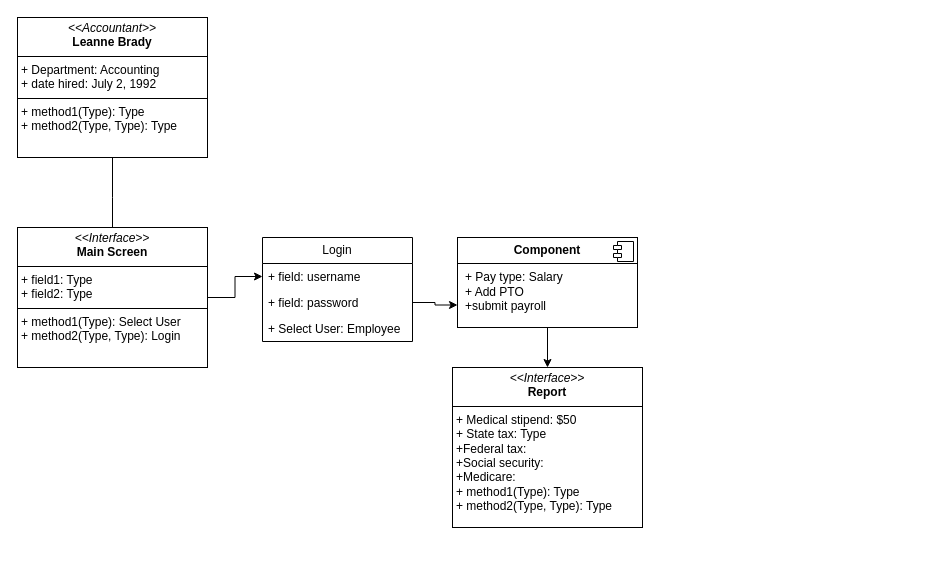
emtecky/payroll keeps this draw.io diagram as leanne.drawio. Above is the earlier version. Source tidied: cells renumbered, new cells numbered last; positions are measured from the earlier drawing's top-left corner, leaving out a move shared by most shapes. Both pictures are drawn from the tidied source at 100%, with x=0, y=0 at pixel (17, 17).
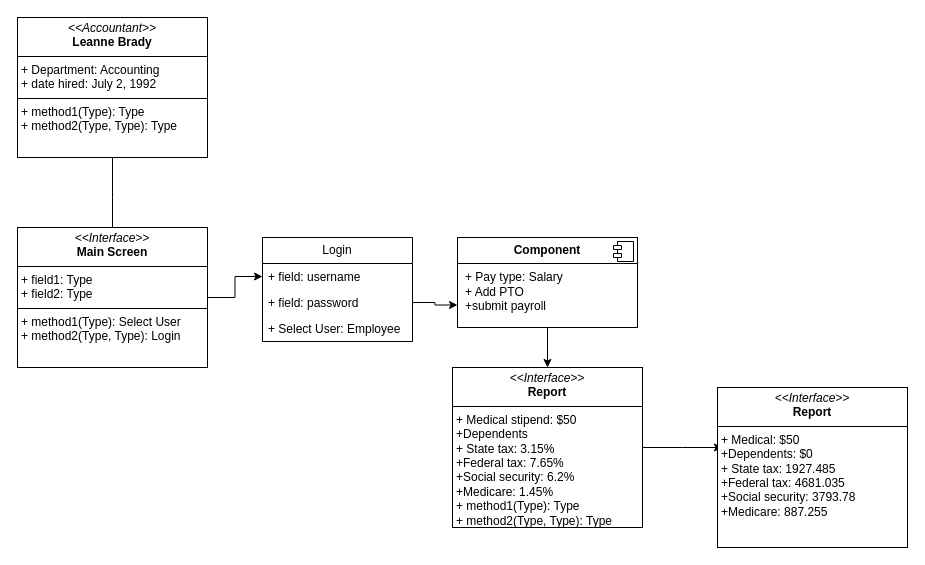
The same page after the edit.

The edit, as a diff of the source:
```diff
@@
 <mxGraphModel>
   <root>
     <mxCell id="0" />
     <mxCell id="1" parent="0" />
     <mxCell id="2" style="edgeStyle=orthogonalEdgeStyle;rounded=0;jettySize=auto;html=1;exitX=0.5;exitY=1;exitDx=0;exitDy=0;entryX=0.5;entryY=0;entryDx=0;entryDy=0;" parent="1" edge="1" source="3">
       <mxGeometry relative="1" as="geometry">
         <mxPoint x="95" y="220" as="targetPoint" />
       </mxGeometry>
     </mxCell>
     <mxCell id="3" value="&lt;p style=&quot;margin:0px;margin-top:4px;text-align:center;&quot;&gt;&lt;i&gt;&amp;lt;&amp;lt;Accountant&amp;gt;&amp;gt;&lt;/i&gt;&lt;br&gt;&lt;b&gt;Leanne Brady&lt;/b&gt;&lt;/p&gt;&lt;hr size=&quot;1&quot; style=&quot;border-style:solid;&quot;&gt;&lt;p style=&quot;margin:0px;margin-left:4px;&quot;&gt;+ Department: Accounting&lt;br&gt;+ date hired: July 2, 1992&lt;/p&gt;&lt;hr size=&quot;1&quot; style=&quot;border-style:solid;&quot;&gt;&lt;p style=&quot;margin:0px;margin-left:4px;&quot;&gt;+ method1(Type): Type&lt;br&gt;+ method2(Type, Type): Type&lt;/p&gt;" style="verticalAlign=top;align=left;overflow=fill;html=1;whiteSpace=wrap;" parent="1" vertex="1">
       <mxGeometry width="190" height="140" as="geometry" />
     </mxCell>
     <mxCell id="4" value="Login" style="swimlane;fontStyle=0;horizontal=1;startSize=26;fillColor=none;whiteSpace=wrap;html=1;" parent="1" vertex="1">
       <mxGeometry x="245" y="220" width="150" height="104" as="geometry" />
     </mxCell>
     <mxCell id="5" value="+ field: username" style="text;strokeColor=none;fillColor=none;align=left;verticalAlign=top;spacingLeft=4;spacingRight=4;overflow=hidden;points=[[0,0.5],[1,0.5]];portConstraint=eastwest;whiteSpace=wrap;html=1;" parent="4" vertex="1">
       <mxGeometry y="26" width="150" height="26" as="geometry" />
     </mxCell>
     <mxCell id="6" value="+ field: password" style="text;strokeColor=none;fillColor=none;align=left;verticalAlign=top;spacingLeft=4;spacingRight=4;overflow=hidden;points=[[0,0.5],[1,0.5]];portConstraint=eastwest;whiteSpace=wrap;html=1;" parent="4" vertex="1">
       <mxGeometry y="52" width="150" height="26" as="geometry" />
     </mxCell>
     <mxCell id="7" value="+ Select User: Employee" style="text;strokeColor=none;fillColor=none;align=left;verticalAlign=top;spacingLeft=4;spacingRight=4;overflow=hidden;whiteSpace=wrap;html=1;" parent="4" vertex="1">
       <mxGeometry y="78" width="150" height="26" as="geometry" />
     </mxCell>
     <mxCell id="8" style="edgeStyle=orthogonalEdgeStyle;rounded=0;jettySize=auto;html=1;exitX=1;exitY=0.5;exitDx=0;exitDy=0;entryX=0;entryY=0.5;entryDx=0;entryDy=0;" parent="1" edge="1" source="9" target="5">
       <mxGeometry relative="1" as="geometry" />
     </mxCell>
     <mxCell id="9" value="&lt;p style=&quot;margin:0px;margin-top:4px;text-align:center;&quot;&gt;&lt;i&gt;&amp;lt;&amp;lt;Interface&amp;gt;&amp;gt;&lt;/i&gt;&lt;br&gt;&lt;b&gt;Main Screen&lt;/b&gt;&lt;/p&gt;&lt;hr size=&quot;1&quot; style=&quot;border-style:solid;&quot;&gt;&lt;p style=&quot;margin:0px;margin-left:4px;&quot;&gt;+ field1: Type&lt;br&gt;+ field2: Type&lt;/p&gt;&lt;hr size=&quot;1&quot; style=&quot;border-style:solid;&quot;&gt;&lt;p style=&quot;margin:0px;margin-left:4px;&quot;&gt;+ method1(Type): Select User&lt;br&gt;+ method2(Type, Type): Login&lt;/p&gt;" style="verticalAlign=top;align=left;overflow=fill;html=1;whiteSpace=wrap;" parent="1" vertex="1">
       <mxGeometry y="210" width="190" height="140" as="geometry" />
     </mxCell>
     <mxCell id="10" style="edgeStyle=orthogonalEdgeStyle;rounded=0;jettySize=auto;html=1;exitX=0.5;exitY=1;exitDx=0;exitDy=0;entryX=0.5;entryY=0;entryDx=0;entryDy=0;" parent="1" edge="1" source="11" target="14">
       <mxGeometry relative="1" as="geometry" />
     </mxCell>
     <mxCell id="11" value="&lt;p style=&quot;margin:0px;margin-top:6px;text-align:center;&quot;&gt;&lt;b&gt;Component&lt;/b&gt;&lt;/p&gt;&lt;hr size=&quot;1&quot; style=&quot;border-style:solid;&quot;&gt;&lt;p style=&quot;margin:0px;margin-left:8px;&quot;&gt;+ Pay type: Salary&lt;br&gt;+ Add PTO&lt;/p&gt;&lt;p style=&quot;margin:0px;margin-left:8px;&quot;&gt;+submit payroll&lt;/p&gt;&lt;p style=&quot;margin:0px;margin-left:8px;&quot;&gt;&lt;br&gt;&lt;/p&gt;&lt;p style=&quot;margin:0px;margin-left:8px;&quot;&gt;&lt;br&gt;&lt;/p&gt;" style="align=left;overflow=fill;html=1;whiteSpace=wrap;" parent="1" vertex="1">
       <mxGeometry x="440" y="220" width="180" height="90" as="geometry" />
     </mxCell>
     <mxCell id="12" style="shape=component;jettyWidth=8;jettyHeight=4;" parent="11" vertex="1">
       <mxGeometry x="1" width="20" height="20" relative="1" as="geometry">
         <mxPoint x="-24" y="4" as="offset" />
       </mxGeometry>
     </mxCell>
     <mxCell id="13" style="edgeStyle=orthogonalEdgeStyle;rounded=0;jettySize=auto;html=1;exitX=1;exitY=0.5;exitDx=0;exitDy=0;entryX=0;entryY=0.75;entryDx=0;entryDy=0;" parent="1" edge="1" source="6" target="11">
       <mxGeometry relative="1" as="geometry" />
     </mxCell>
+    <mxCell id="15" style="edgeStyle=orthogonalEdgeStyle;rounded=0;jettySize=auto;html=1;" parent="1" edge="1" source="14">
+      <mxGeometry relative="1" as="geometry">
+        <mxPoint x="705" y="430" as="targetPoint" />
+      </mxGeometry>
+    </mxCell>
-    <mxCell id="14" value="&lt;p style=&quot;margin:0px;margin-top:4px;text-align:center;&quot;&gt;&lt;i&gt;&amp;lt;&amp;lt;Interface&amp;gt;&amp;gt;&lt;/i&gt;&lt;br&gt;&lt;b&gt;Report&lt;/b&gt;&lt;/p&gt;&lt;hr size=&quot;1&quot; style=&quot;border-style:solid;&quot;&gt;&lt;p style=&quot;margin:0px;margin-left:4px;&quot;&gt;+ Medical stipend: $50&lt;br&gt;+ State tax: Type&lt;/p&gt;&lt;p style=&quot;margin:0px;margin-left:4px;&quot;&gt;+Federal tax:&amp;nbsp;&lt;/p&gt;&lt;p style=&quot;margin:0px;margin-left:4px;&quot;&gt;+Social security:&amp;nbsp;&lt;/p&gt;&lt;p style=&quot;margin:0px;margin-left:4px;&quot;&gt;+Medicare:&lt;/p&gt;&lt;p style=&quot;margin:0px;margin-left:4px;&quot;&gt;+ method1(Type): Type&lt;br&gt;+ method2(Type, Type): Type&lt;/p&gt;" style="verticalAlign=top;align=left;overflow=fill;html=1;whiteSpace=wrap;" parent="1" vertex="1">
+    <mxCell id="14" value="&lt;p style=&quot;margin:0px;margin-top:4px;text-align:center;&quot;&gt;&lt;i&gt;&amp;lt;&amp;lt;Interface&amp;gt;&amp;gt;&lt;/i&gt;&lt;br&gt;&lt;b&gt;Report&lt;/b&gt;&lt;/p&gt;&lt;hr size=&quot;1&quot; style=&quot;border-style:solid;&quot;&gt;&lt;p style=&quot;margin:0px;margin-left:4px;&quot;&gt;+ Medical stipend: $50&lt;/p&gt;&lt;p style=&quot;margin:0px;margin-left:4px;&quot;&gt;+Dependents&lt;br&gt;+ State tax: 3.15%&lt;/p&gt;&lt;p style=&quot;margin:0px;margin-left:4px;&quot;&gt;+Federal tax: 7.65%&lt;/p&gt;&lt;p style=&quot;margin:0px;margin-left:4px;&quot;&gt;+Social security: 6.2%&lt;/p&gt;&lt;p style=&quot;margin:0px;margin-left:4px;&quot;&gt;+Medicare: 1.45%&lt;/p&gt;&lt;p style=&quot;margin:0px;margin-left:4px;&quot;&gt;+ method1(Type): Type&lt;br&gt;+ method2(Type, Type): Type&lt;/p&gt;" style="verticalAlign=top;align=left;overflow=fill;html=1;whiteSpace=wrap;" parent="1" vertex="1">
       <mxGeometry x="435" y="350" width="190" height="160" as="geometry" />
     </mxCell>
+    <mxCell id="16" value="&lt;p style=&quot;margin:0px;margin-top:4px;text-align:center;&quot;&gt;&lt;i&gt;&amp;lt;&amp;lt;Interface&amp;gt;&amp;gt;&lt;/i&gt;&lt;br&gt;&lt;b&gt;Report&lt;/b&gt;&lt;/p&gt;&lt;hr size=&quot;1&quot; style=&quot;border-style:solid;&quot;&gt;&lt;p style=&quot;margin:0px;margin-left:4px;&quot;&gt;+ Medical: $50&amp;nbsp;&lt;/p&gt;&lt;p style=&quot;margin:0px;margin-left:4px;&quot;&gt;+Dependents: $0&lt;/p&gt;&lt;p style=&quot;margin:0px;margin-left:4px;&quot;&gt;+ State tax: 1927.485&lt;/p&gt;&lt;p style=&quot;margin:0px;margin-left:4px;&quot;&gt;+Federal tax: 4681.035&lt;/p&gt;&lt;p style=&quot;margin:0px;margin-left:4px;&quot;&gt;+Social security: 3793.78&lt;/p&gt;&lt;p style=&quot;margin:0px;margin-left:4px;&quot;&gt;+Medicare:&amp;nbsp;&lt;span style=&quot;background-color: transparent; color: light-dark(rgb(0, 0, 0), rgb(255, 255, 255));&quot;&gt;887.255&lt;/span&gt;&lt;/p&gt;&lt;p style=&quot;margin:0px;margin-left:4px;&quot;&gt;&lt;br&gt;&lt;/p&gt;" style="verticalAlign=top;align=left;overflow=fill;html=1;whiteSpace=wrap;" parent="1" vertex="1">
+      <mxGeometry x="700" y="370" width="190" height="160" as="geometry" />
+    </mxCell>
   </root>
 </mxGraphModel>
```
